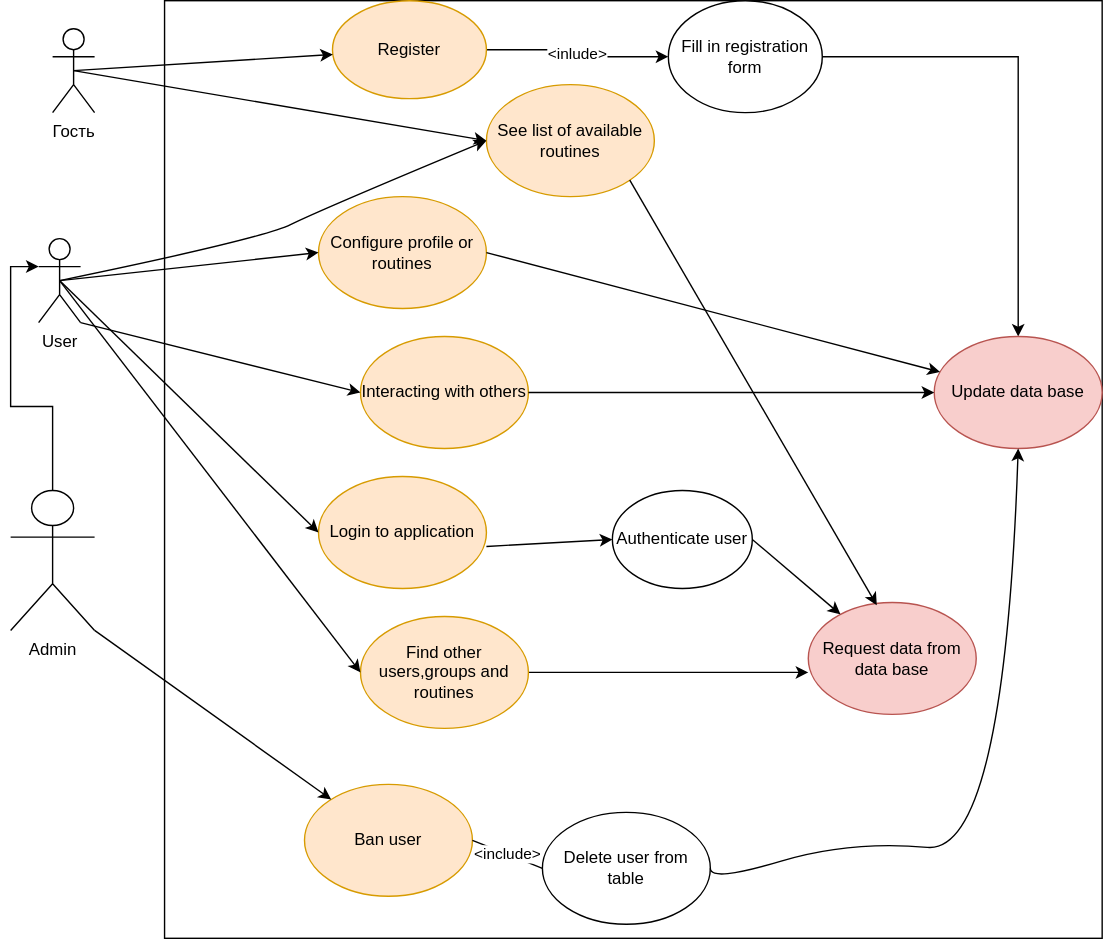
Earlier version of the draw.io export Diagrams/UC.svg (Maybenex1ime/Web_Project_Autumn_2021). Source tidied: cells renumbered, new cells last; positions are measured from the earlier drawing's top-left corner, leaving out a move shared by most shapes. The source it was exported from:
```xml
<mxGraphModel>
  <root>
    <mxCell id="0" />
    <mxCell id="1" parent="0" />
    <mxCell id="2" value="Гость" style="shape=umlActor;verticalLabelPosition=bottom;verticalAlign=top;html=1;outlineConnect=0;" parent="1" vertex="1">
      <mxGeometry x="30" y="20" width="30" height="60" as="geometry" />
    </mxCell>
    <mxCell id="3" style="whiteSpace=wrap;html=1;" parent="1" vertex="1">
      <mxGeometry x="110" width="670" height="670" as="geometry" />
    </mxCell>
    <mxCell id="4" value="&amp;lt;inlude&amp;gt;" style="edgeStyle=orthogonalEdgeStyle;rounded=0;jettySize=auto;html=1;entryX=0;entryY=0.5;entryDx=0;entryDy=0;" parent="1" edge="1" source="5" target="7">
      <mxGeometry relative="1" as="geometry" />
    </mxCell>
    <mxCell id="5" value="Register" style="ellipse;whiteSpace=wrap;html=1;fillColor=#ffe6cc;strokeColor=#d79b00;" parent="1" vertex="1">
      <mxGeometry x="230" width="110" height="70" as="geometry" />
    </mxCell>
    <mxCell id="6" style="edgeStyle=orthogonalEdgeStyle;rounded=0;jettySize=auto;html=1;" parent="1" edge="1" source="7" target="12">
      <mxGeometry relative="1" as="geometry" />
    </mxCell>
    <mxCell id="7" value="Fill in registration form" style="ellipse;whiteSpace=wrap;html=1;" parent="1" vertex="1">
      <mxGeometry x="470" width="110" height="80" as="geometry" />
    </mxCell>
    <mxCell id="8" value="User" style="shape=umlActor;verticalLabelPosition=bottom;verticalAlign=top;html=1;outlineConnect=0;" parent="1" vertex="1">
      <mxGeometry x="20" y="170" width="30" height="60" as="geometry" />
    </mxCell>
    <mxCell id="9" value="Login to application" style="ellipse;whiteSpace=wrap;html=1;fillColor=#ffe6cc;strokeColor=#d79b00;" parent="1" vertex="1">
      <mxGeometry x="220" y="340" width="120" height="80" as="geometry" />
    </mxCell>
    <mxCell id="10" value="See list of available routines" style="ellipse;whiteSpace=wrap;html=1;fillColor=#ffe6cc;strokeColor=#d79b00;" parent="1" vertex="1">
      <mxGeometry x="340" y="60" width="120" height="80" as="geometry" />
    </mxCell>
    <mxCell id="11" style="curved=1;endArrow=classic;html=1;exitX=0.5;exitY=0.5;exitDx=0;exitDy=0;exitPerimeter=0;entryX=0;entryY=0.5;entryDx=0;entryDy=0;" parent="1" edge="1" source="8" target="10">
      <mxGeometry relative="1" as="geometry">
        <Array as="points">
          <mxPoint x="180" y="170" />
          <mxPoint x="220" y="150" />
        </Array>
      </mxGeometry>
    </mxCell>
    <mxCell id="12" value="Update data base" style="ellipse;whiteSpace=wrap;html=1;fillColor=#f8cecc;strokeColor=#b85450;" parent="1" vertex="1">
      <mxGeometry x="660" y="240" width="120" height="80" as="geometry" />
    </mxCell>
    <mxCell id="13" style="edgeStyle=orthogonalEdgeStyle;rounded=0;jettySize=auto;html=1;entryX=0;entryY=0.625;entryDx=0;entryDy=0;entryPerimeter=0;" parent="1" edge="1" source="14" target="15">
      <mxGeometry relative="1" as="geometry" />
    </mxCell>
    <mxCell id="14" value="Find other users,groups and routines" style="ellipse;whiteSpace=wrap;html=1;fillColor=#ffe6cc;strokeColor=#d79b00;" parent="1" vertex="1">
      <mxGeometry x="250" y="440" width="120" height="80" as="geometry" />
    </mxCell>
    <mxCell id="15" value="Request data from data base" style="ellipse;whiteSpace=wrap;html=1;fillColor=#f8cecc;strokeColor=#b85450;" parent="1" vertex="1">
      <mxGeometry x="570" y="430" width="120" height="80" as="geometry" />
    </mxCell>
    <mxCell id="16" value="Interacting with others" style="ellipse;whiteSpace=wrap;html=1;fillColor=#ffe6cc;strokeColor=#d79b00;" parent="1" vertex="1">
      <mxGeometry x="250" y="240" width="120" height="80" as="geometry" />
    </mxCell>
    <mxCell id="17" value="Configure profile or routines" style="ellipse;whiteSpace=wrap;html=1;fillColor=#ffe6cc;strokeColor=#d79b00;" parent="1" vertex="1">
      <mxGeometry x="220" y="140" width="120" height="80" as="geometry" />
    </mxCell>
    <mxCell id="18" style="edgeStyle=orthogonalEdgeStyle;rounded=0;jettySize=auto;html=1;entryX=0;entryY=0.3333333333333333;entryDx=0;entryDy=0;entryPerimeter=0;" parent="1" edge="1" source="19" target="8">
      <mxGeometry relative="1" as="geometry" />
    </mxCell>
    <mxCell id="19" value="Admin" style="shape=umlActor;verticalLabelPosition=bottom;verticalAlign=top;html=1;outlineConnect=0;" parent="1" vertex="1">
      <mxGeometry y="350" width="60" height="100" as="geometry" />
    </mxCell>
    <mxCell id="20" value="Ban user" style="ellipse;whiteSpace=wrap;html=1;fillColor=#ffe6cc;strokeColor=#d79b00;" parent="1" vertex="1">
      <mxGeometry x="210" y="560" width="120" height="80" as="geometry" />
    </mxCell>
    <mxCell id="21" value="Delete user from table" style="ellipse;whiteSpace=wrap;html=1;" parent="1" vertex="1">
      <mxGeometry x="380" y="580" width="120" height="80" as="geometry" />
    </mxCell>
    <mxCell id="22" value="&amp;lt;include&amp;gt;" style="endArrow=none;html=1;entryX=0;entryY=0.5;entryDx=0;entryDy=0;exitX=1;exitY=0.5;exitDx=0;exitDy=0;" parent="1" edge="1" source="20" target="21">
      <mxGeometry relative="1" as="geometry" />
    </mxCell>
    <mxCell id="23" style="curved=1;endArrow=classic;html=1;exitX=1;exitY=0.5;exitDx=0;exitDy=0;entryX=0.5;entryY=1;entryDx=0;entryDy=0;" parent="1" edge="1" source="21" target="12">
      <mxGeometry relative="1" as="geometry">
        <Array as="points">
          <mxPoint x="500" y="630" />
          <mxPoint x="600" y="600" />
          <mxPoint x="710" y="610" />
        </Array>
      </mxGeometry>
    </mxCell>
    <mxCell id="24" style="endArrow=classic;html=1;exitX=0.5;exitY=0.5;exitDx=0;exitDy=0;exitPerimeter=0;entryX=0;entryY=0.5;entryDx=0;entryDy=0;" parent="1" edge="1" source="2" target="10">
      <mxGeometry relative="1" as="geometry" />
    </mxCell>
    <mxCell id="25" style="endArrow=classic;html=1;exitX=0.5;exitY=0.5;exitDx=0;exitDy=0;exitPerimeter=0;" parent="1" edge="1" source="2" target="5">
      <mxGeometry relative="1" as="geometry" />
    </mxCell>
    <mxCell id="26" style="endArrow=classic;html=1;exitX=1;exitY=1;exitDx=0;exitDy=0;exitPerimeter=0;" parent="1" edge="1" source="19" target="20">
      <mxGeometry relative="1" as="geometry" />
    </mxCell>
    <mxCell id="27" style="endArrow=classic;html=1;entryX=0;entryY=0.5;entryDx=0;entryDy=0;" parent="1" edge="1" target="16">
      <mxGeometry relative="1" as="geometry">
        <mxPoint x="50" y="230" as="sourcePoint" />
      </mxGeometry>
    </mxCell>
    <mxCell id="28" style="endArrow=classic;html=1;exitX=0.5;exitY=0.5;exitDx=0;exitDy=0;exitPerimeter=0;entryX=0;entryY=0.5;entryDx=0;entryDy=0;" parent="1" edge="1" source="8" target="9">
      <mxGeometry relative="1" as="geometry" />
    </mxCell>
    <mxCell id="29" value="Authenticate user" style="ellipse;whiteSpace=wrap;html=1;" parent="1" vertex="1">
      <mxGeometry x="430" y="350" width="100" height="70" as="geometry" />
    </mxCell>
    <mxCell id="30" style="endArrow=classic;html=1;exitX=1;exitY=0.625;exitDx=0;exitDy=0;exitPerimeter=0;entryX=0;entryY=0.5;entryDx=0;entryDy=0;" parent="1" edge="1" source="9" target="29">
      <mxGeometry relative="1" as="geometry" />
    </mxCell>
    <mxCell id="31" style="endArrow=classic;html=1;rounded=0;exitX=0.5;exitY=0.5;exitDx=0;exitDy=0;exitPerimeter=0;entryX=0;entryY=0.5;entryDx=0;entryDy=0;" parent="1" edge="1" source="8" target="14">
      <mxGeometry relative="1" as="geometry" />
    </mxCell>
    <mxCell id="32" style="endArrow=classic;html=1;rounded=0;exitX=0.5;exitY=0.5;exitDx=0;exitDy=0;exitPerimeter=0;entryX=0;entryY=0.5;entryDx=0;entryDy=0;" parent="1" edge="1" source="8" target="17">
      <mxGeometry relative="1" as="geometry" />
    </mxCell>
    <mxCell id="33" style="endArrow=classic;html=1;rounded=0;exitX=1;exitY=0.5;exitDx=0;exitDy=0;" parent="1" edge="1" source="17" target="12">
      <mxGeometry relative="1" as="geometry" />
    </mxCell>
    <mxCell id="34" style="endArrow=classic;html=1;rounded=0;exitX=1;exitY=0.5;exitDx=0;exitDy=0;" parent="1" edge="1" source="16" target="12">
      <mxGeometry relative="1" as="geometry" />
    </mxCell>
    <mxCell id="35" style="endArrow=classic;html=1;rounded=0;exitX=1;exitY=0.5;exitDx=0;exitDy=0;" parent="1" edge="1" source="29" target="15">
      <mxGeometry relative="1" as="geometry" />
    </mxCell>
    <mxCell id="36" style="endArrow=classic;html=1;rounded=0;exitX=1;exitY=1;exitDx=0;exitDy=0;entryX=0.408;entryY=0.025;entryDx=0;entryDy=0;entryPerimeter=0;" parent="1" edge="1" source="10" target="15">
      <mxGeometry relative="1" as="geometry" />
    </mxCell>
  </root>
</mxGraphModel>
```
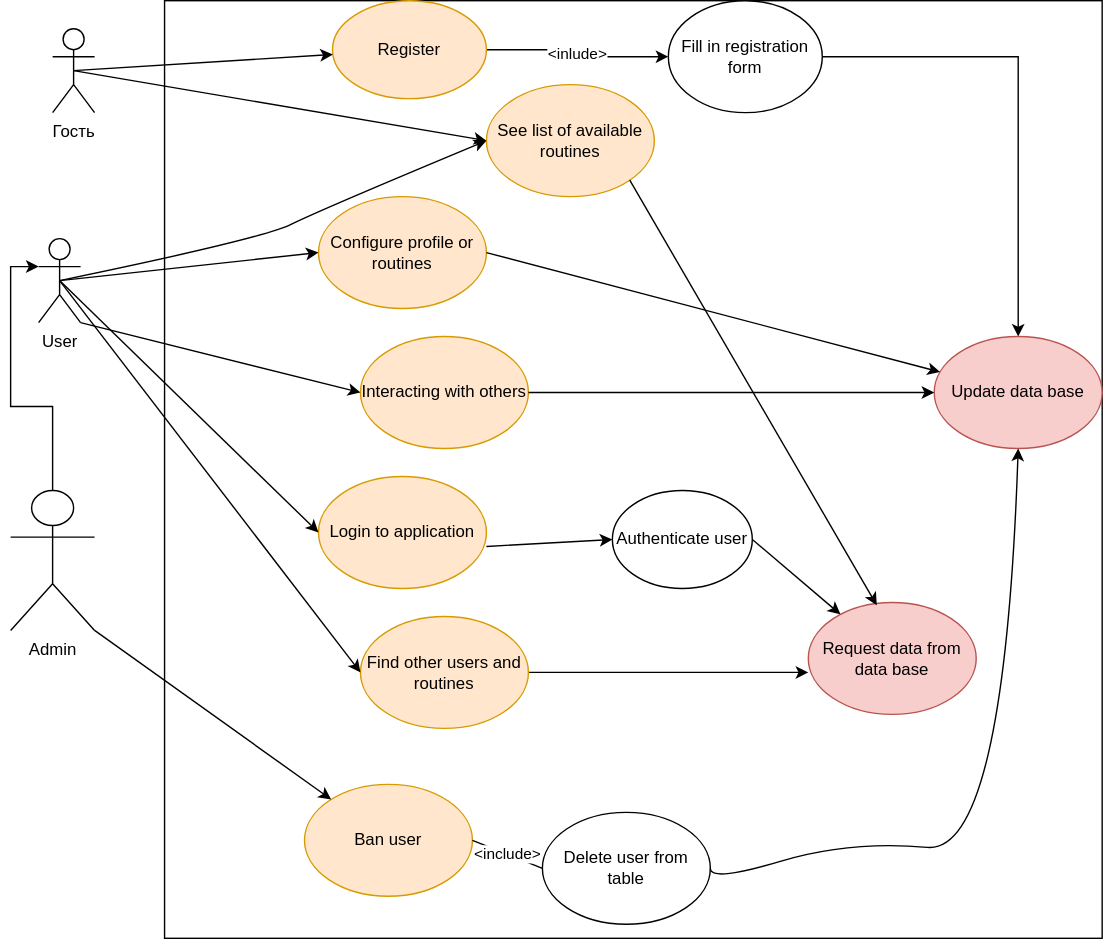
After the commit.

What changed in the source:
```diff
@@ -43,7 +43,7 @@
     <mxCell id="13" style="edgeStyle=orthogonalEdgeStyle;rounded=0;jettySize=auto;html=1;entryX=0;entryY=0.625;entryDx=0;entryDy=0;entryPerimeter=0;" parent="1" edge="1" source="14" target="15">
       <mxGeometry relative="1" as="geometry" />
     </mxCell>
-    <mxCell id="14" value="Find other users,groups and routines" style="ellipse;whiteSpace=wrap;html=1;fillColor=#ffe6cc;strokeColor=#d79b00;" parent="1" vertex="1">
+    <mxCell id="14" value="Find other users and routines" style="ellipse;whiteSpace=wrap;html=1;fillColor=#ffe6cc;strokeColor=#d79b00;" parent="1" vertex="1">
       <mxGeometry x="250" y="440" width="120" height="80" as="geometry" />
     </mxCell>
     <mxCell id="15" value="Request data from data base" style="ellipse;whiteSpace=wrap;html=1;fillColor=#f8cecc;strokeColor=#b85450;" parent="1" vertex="1">
```
